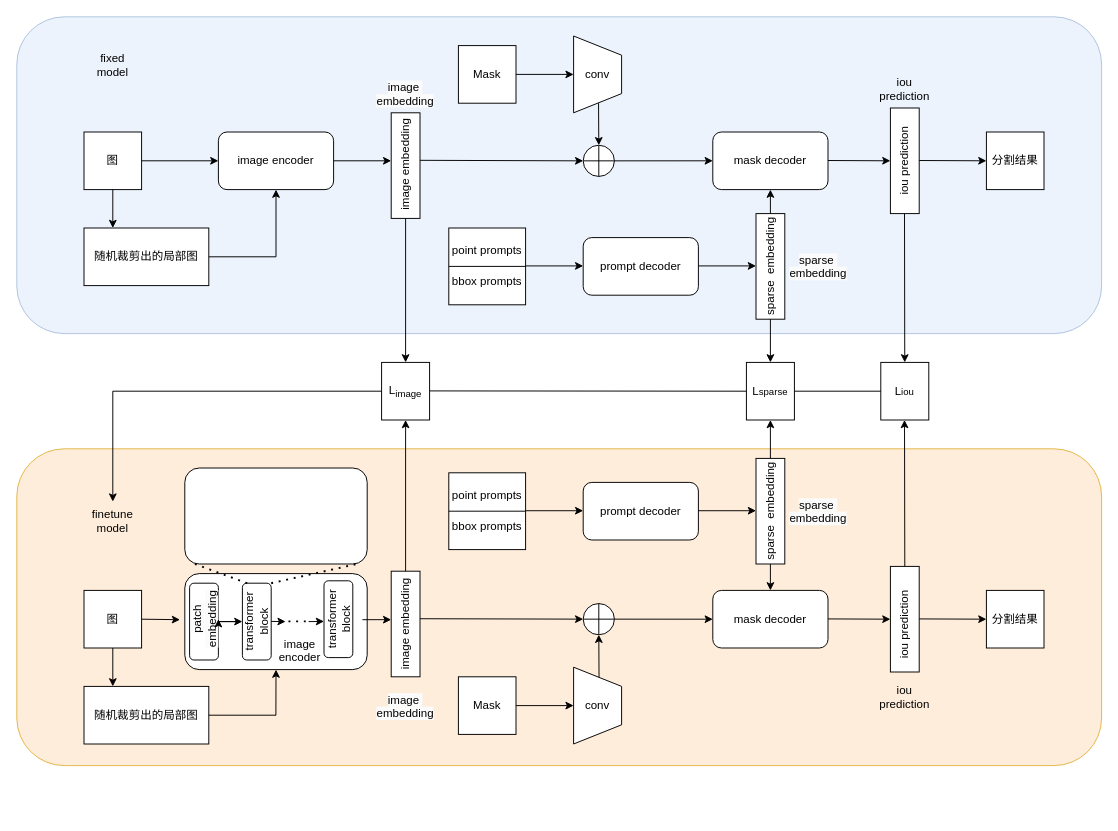
FiveYuanWashingMachine/ml_toolset keeps this draw.io diagram as SAM-Med2D_fair.drawio. Above is the earlier version. Source tidied: cells renumbered, new cells numbered last; positions are measured from the earlier drawing's top-left corner, leaving out a move shared by most shapes. Both pictures are drawn from the tidied source at 96%, with x=0, y=0 at pixel (16, 16).
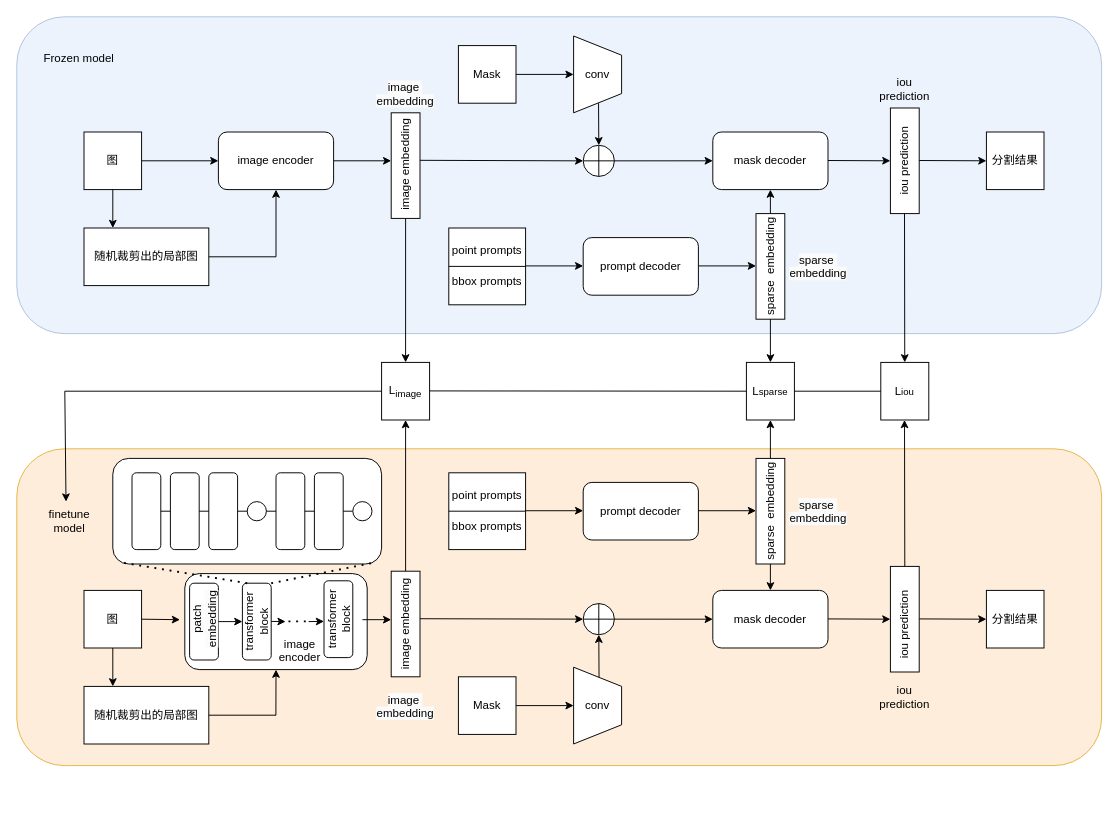
The same diagram, later.

The change refers to these unchanged cells:
```xml
<mxCell id="67" value="L&lt;sub&gt;image&lt;/sub&gt;" style="rounded=0;whiteSpace=wrap;html=1;" parent="1" vertex="1">
  <mxGeometry x="380" y="360" width="50" height="60" as="geometry" />
</mxCell>
<mxCell id="86" value="&lt;span style=&quot;color: rgb(0, 0, 0); font-family: Helvetica; font-size: 12px; font-style: normal; font-variant-ligatures: normal; font-variant-caps: normal; font-weight: 400; letter-spacing: normal; orphans: 2; text-indent: 0px; text-transform: none; widows: 2; word-spacing: 0px; -webkit-text-stroke-width: 0px; white-space: normal; background-color: rgb(251, 251, 251); text-decoration-thickness: initial; text-decoration-style: initial; text-decoration-color: initial; float: none; display: inline !important;&quot;&gt;patch embedding&lt;/span&gt;" style="text;whiteSpace=wrap;html=1;horizontal=0;verticalAlign=middle;textDirection=ltr;align=center;" parent="1" vertex="1">
  <mxGeometry x="165" y="607.5" width="60" height="40" as="geometry" />
</mxCell>
<mxCell id="89" value="transformer&lt;div&gt;block&lt;/div&gt;" style="text;whiteSpace=wrap;html=1;horizontal=0;verticalAlign=middle;textDirection=ltr;align=center;" parent="1" vertex="1">
  <mxGeometry x="230" y="610" width="40" height="40" as="geometry" />
</mxCell>
```

Change to the diagram source:
```diff
@@
     <mxCell id="78" style="endArrow=none;html=1;rounded=0;exitX=0;exitY=0.5;exitDx=0;exitDy=0;" parent="1" edge="1" source="67">
       <mxGeometry relative="1" as="geometry">
-        <mxPoint x="100" y="390" as="targetPoint" />
+        <mxPoint x="50" y="390" as="targetPoint" />
       </mxGeometry>
     </mxCell>
-    <mxCell id="79" style="endArrow=classic;html=1;rounded=0;entryX=0.5;entryY=0;entryDx=0;entryDy=0;" parent="1" edge="1" target="80">
+    <mxCell id="79" style="endArrow=classic;html=1;rounded=0;entryX=0.466;entryY=0;entryDx=0;entryDy=0;entryPerimeter=0;" parent="1" edge="1" target="80">
       <mxGeometry relative="1" as="geometry">
-        <mxPoint x="100" y="390" as="sourcePoint" />
+        <mxPoint x="50" y="390" as="sourcePoint" />
       </mxGeometry>
     </mxCell>
     <mxCell id="80" value="finetune&lt;div&gt;model&lt;/div&gt;" style="text;whiteSpace=wrap;html=1;align=center;" parent="1" vertex="1">
-      <mxGeometry x="45" y="505" width="110" height="40" as="geometry" />
+      <mxGeometry y="505" width="110" height="40" as="geometry" />
     </mxCell>
-    <mxCell id="81" value="fixed&lt;div&gt;model&lt;/div&gt;" style="text;whiteSpace=wrap;html=1;align=center;" parent="1" vertex="1">
-      <mxGeometry x="45" y="30" width="110" height="40" as="geometry" />
+    <mxCell id="81" value="Frozen model" style="text;whiteSpace=wrap;html=1;align=center;" parent="1" vertex="1">
+      <mxGeometry x="10" y="30" width="110" height="40" as="geometry" />
     </mxCell>
@@
-    <mxCell id="88" style="edgeStyle=orthogonalEdgeStyle;rounded=0;jettySize=auto;html=1;" parent="1" edge="1" source="89" target="86">
-      <mxGeometry relative="1" as="geometry" />
-    </mxCell>
@@
     <mxCell id="97" style="rounded=1;whiteSpace=wrap;html=1;" parent="1" vertex="1">
-      <mxGeometry x="175" y="470" width="190" height="100" as="geometry" />
+      <mxGeometry x="100" y="460" width="280" height="110" as="geometry" />
     </mxCell>
@@
+    <mxCell id="106" style="rounded=1;whiteSpace=wrap;html=1;" parent="1" vertex="1">
+      <mxGeometry x="120" y="475" width="30" height="80" as="geometry" />
+    </mxCell>
+    <mxCell id="107" style="endArrow=none;html=1;rounded=0;entryX=0;entryY=0.5;entryDx=0;entryDy=0;exitX=1;exitY=0.5;exitDx=0;exitDy=0;" parent="1" edge="1" source="106" target="113">
+      <mxGeometry relative="1" as="geometry" />
+    </mxCell>
+    <mxCell id="108" style="rounded=1;whiteSpace=wrap;html=1;" parent="1" vertex="1">
+      <mxGeometry x="160" y="475" width="30" height="80" as="geometry" />
+    </mxCell>
+    <mxCell id="109" style="rounded=1;whiteSpace=wrap;html=1;" parent="1" vertex="1">
+      <mxGeometry x="200" y="475" width="30" height="80" as="geometry" />
+    </mxCell>
+    <mxCell id="110" style="rounded=1;whiteSpace=wrap;html=1;" parent="1" vertex="1">
+      <mxGeometry x="270" y="475" width="30" height="80" as="geometry" />
+    </mxCell>
+    <mxCell id="111" style="rounded=1;whiteSpace=wrap;html=1;" parent="1" vertex="1">
+      <mxGeometry x="310" y="475" width="30" height="80" as="geometry" />
+    </mxCell>
+    <mxCell id="112" style="ellipse;whiteSpace=wrap;html=1;" parent="1" vertex="1">
+      <mxGeometry x="240" y="505" width="20" height="20" as="geometry" />
+    </mxCell>
+    <mxCell id="113" style="ellipse;whiteSpace=wrap;html=1;" parent="1" vertex="1">
+      <mxGeometry x="350" y="505" width="20" height="20" as="geometry" />
+    </mxCell>
```
